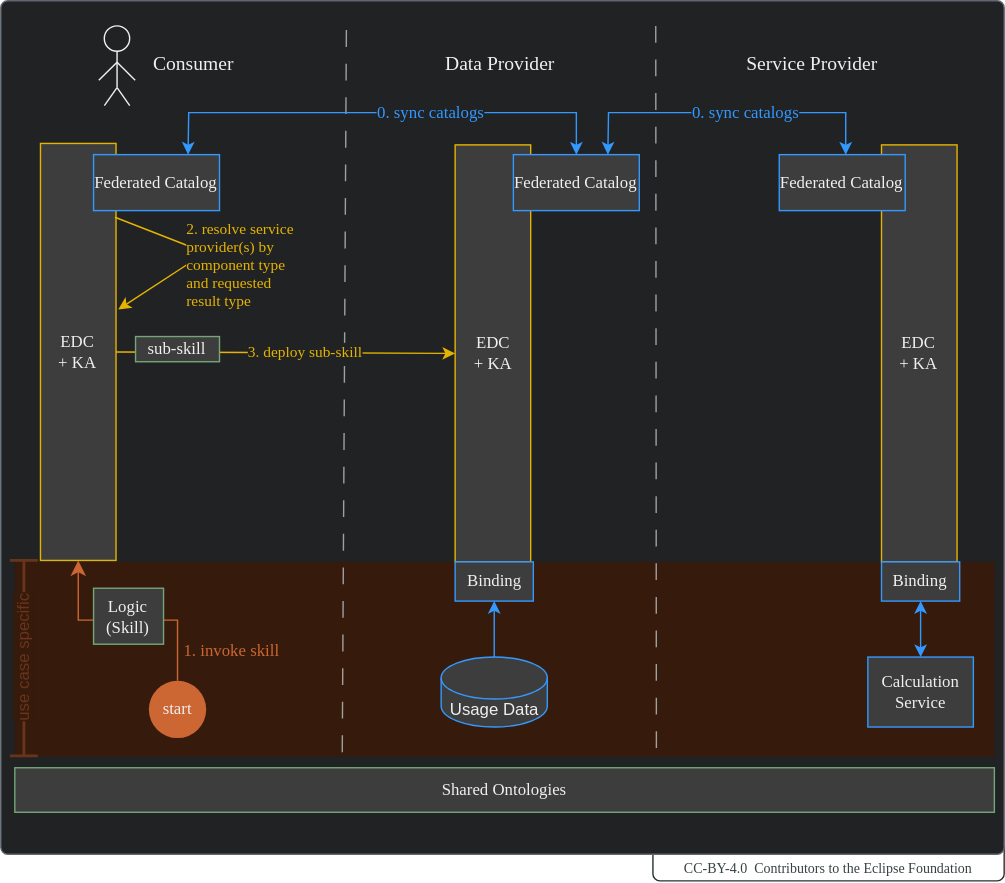
Before: docs-kits/kits/behaviour-twin-kit/adoption-view/assets/business-process.drawio.svg, a diagram exported from draw.io (catenax-ng/eclipse-tractusx.github.io). Source tidied: cells renumbered, new cells last; positions are measured from the earlier drawing's top-left corner, leaving out a move shared by most shapes.
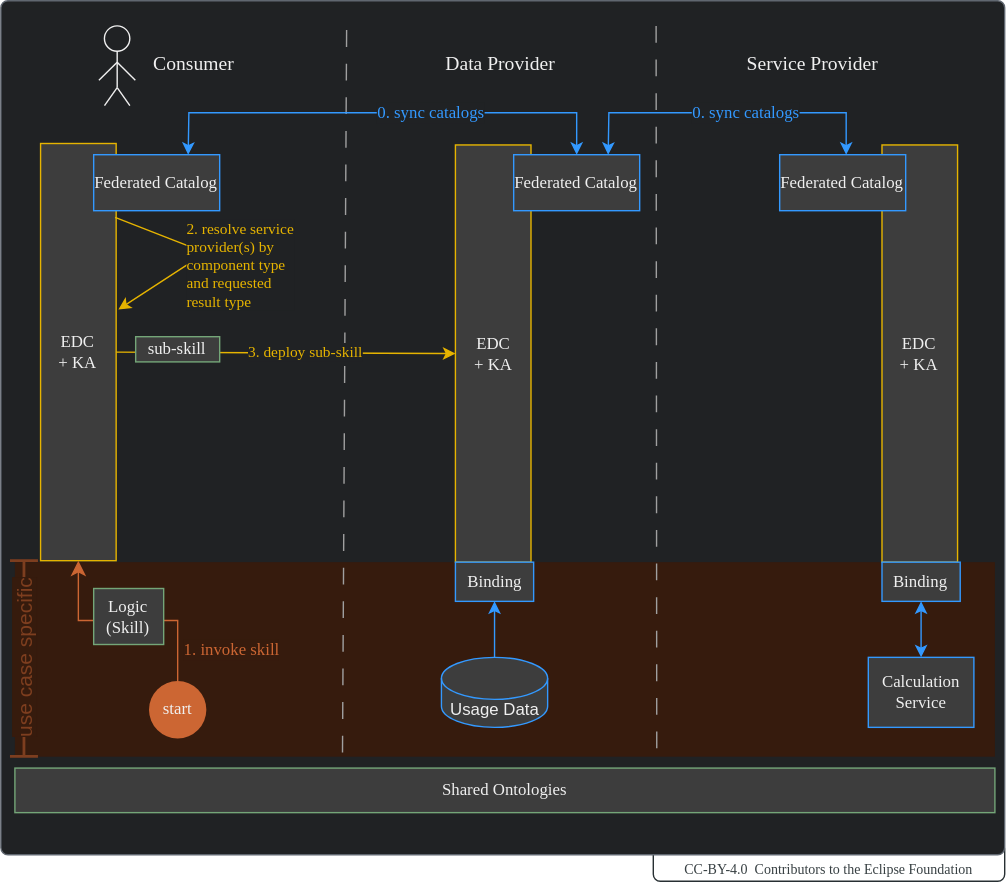
Above is the later version.

Change to the diagram source:
```diff
@@ -106,7 +106,7 @@
         </Array>
       </mxGeometry>
     </mxCell>
-    <mxCell id="28" value="&lt;font face=&quot;Manrope&quot; color=&quot;#3399ff&quot;&gt;&amp;nbsp;0. sync catalogs&amp;nbsp;&lt;/font&gt;" style="edgeLabel;html=1;align=center;verticalAlign=middle;fontSize=12;fontColor=#F0F0F0;labelBackgroundColor=#202224;" parent="27" vertex="1">
+    <mxCell id="28" value="&lt;font face=&quot;Manrope&quot; color=&quot;#3399ff&quot;&gt;&amp;nbsp;0. sync catalogs&amp;nbsp;&lt;/font&gt;" style="edgeLabel;html=1;align=center;verticalAlign=middle;fontSize=12;fontColor=#F0F0F0;labelBackgroundColor=#202224;fixedWidth=0;labelPadding=0;noLabel=0;" parent="27" vertex="1">
       <mxGeometry x="0.2" relative="1" as="geometry" />
     </mxCell>
     <mxCell id="29" style="endArrow=classic;startArrow=classic;html=1;strokeColor=#3399FF;fontSize=12;fontColor=#F0F0F0;exitX=0.75;exitY=0;exitDx=0;exitDy=0;entryX=0.5;entryY=0;entryDx=0;entryDy=0;rounded=0;" parent="1" edge="1" source="25">
@@ -131,7 +131,7 @@
         </Array>
       </mxGeometry>
     </mxCell>
-    <mxCell id="33" value="&lt;font face=&quot;Manrope&quot;&gt;2. resolve&amp;nbsp;service&lt;br&gt;&amp;nbsp; &amp;nbsp; provider(s)&amp;nbsp;by&lt;br&gt;&amp;nbsp; &amp;nbsp; component type&lt;br&gt;&amp;nbsp; &amp;nbsp; and&amp;nbsp;requested&lt;br&gt;&amp;nbsp; &amp;nbsp; result&amp;nbsp;type&lt;br&gt;&lt;/font&gt;" style="edgeLabel;html=1;align=left;verticalAlign=middle;fontColor=#E6B400;labelBackgroundColor=#202224;" parent="32" vertex="1">
+    <mxCell id="33" value="&lt;font face=&quot;Manrope&quot;&gt;2. resolve&amp;nbsp;service&lt;br&gt;&amp;nbsp; &amp;nbsp; &amp;nbsp;provider(s)&amp;nbsp;by&lt;br&gt;&amp;nbsp; &amp;nbsp; &amp;nbsp;component type&lt;br&gt;&amp;nbsp; &amp;nbsp; &amp;nbsp;and&amp;nbsp;requested&lt;br&gt;&amp;nbsp; &amp;nbsp; &amp;nbsp;result&amp;nbsp;type&lt;br&gt;&lt;/font&gt;" style="edgeLabel;html=1;align=left;verticalAlign=middle;fontColor=#E6B400;labelBackgroundColor=#202224;" parent="32" vertex="1">
       <mxGeometry x="0.22" y="-1" relative="1" as="geometry" />
     </mxCell>
     <mxCell id="34" value="&lt;font style=&quot;font-size: 12px;&quot; face=&quot;Manrope&quot;&gt;Binding&lt;/font&gt;" style="rounded=0;whiteSpace=wrap;html=1;strokeColor=#3399FF;fillColor=#3D3D3D;fillStyle=solid;fontColor=#F0F0F0;" parent="1" vertex="1">
@@ -164,7 +164,7 @@
     <mxCell id="43" value="&lt;font style=&quot;font-size: 12px;&quot; face=&quot;Manrope&quot;&gt;Logic&lt;br&gt;(Skill)&lt;br&gt;&lt;/font&gt;" style="rounded=0;whiteSpace=wrap;html=1;strokeColor=#74A678;fillColor=#3D3D3D;fillStyle=solid;fontColor=#F0F0F0;" parent="1" vertex="1">
       <mxGeometry x="119.3" y="419.9" width="50" height="40" as="geometry" />
     </mxCell>
-    <mxCell id="44" value="&lt;font style=&quot;background-color: rgb(54, 27, 13);&quot; color=&quot;#69341a&quot;&gt;&amp;nbsp;use case specific&amp;nbsp;&lt;/font&gt;" style="shape=crossbar;whiteSpace=wrap;html=1;rounded=1;labelBackgroundColor=#361B0D;strokeColor=#69341A;fontColor=#F0F0F0;fillColor=#69341A;rotation=-90;strokeWidth=2;" parent="1" vertex="1">
+    <mxCell id="44" value="&lt;font color=&quot;#7d3e1f&quot; style=&quot;background-color: rgb(54, 27, 13); font-size: 15px;&quot;&gt;&amp;nbsp;use case specific&amp;nbsp;&lt;/font&gt;" style="shape=crossbar;whiteSpace=wrap;html=1;rounded=1;labelBackgroundColor=#361B0D;strokeColor=#7D3E1F;fontColor=#F0F0F0;fillColor=#69341A;rotation=-90;strokeWidth=2;" parent="1" vertex="1">
       <mxGeometry x="-0.4" y="459.9" width="139.7" height="20" as="geometry" />
     </mxCell>
   </root>
```
